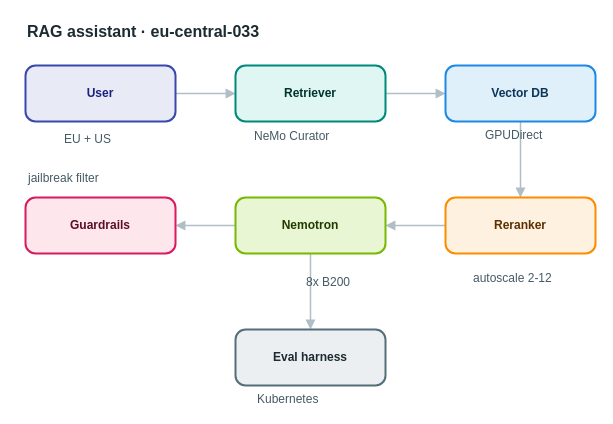
This is apps/web/public/samples/library/033-rag-assistant.drawio from AryanG01/open-apprentice, a draw.io file, before an edit. Source tidied: cells renumbered, new cells numbered last; positions are measured from the earlier drawing's top-left corner, leaving out a move shared by most shapes. Both pictures are drawn from the tidied source at 100%, with x=0, y=0 at pixel (25, 17).
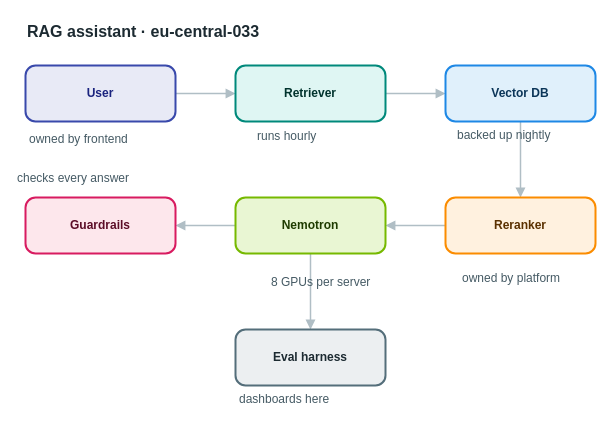
Above is the later version.

Change to the diagram source:
```diff
@@
-    <mxCell id="16" value="EU + US" style="text;html=1;align=left;verticalAlign=top;whiteSpace=nowrap;spacing=0;spacingTop=0;strokeColor=none;fillColor=none;fontSize=12;fontColor=#455a64;" parent="1" vertex="1">
-      <mxGeometry x="39" y="110" width="61" height="20" as="geometry" />
+    <mxCell id="16" value="owned by frontend" style="text;html=1;align=left;verticalAlign=top;whiteSpace=nowrap;spacing=0;spacingTop=0;strokeColor=none;fillColor=none;fontSize=12;fontColor=#455a64;" parent="1" vertex="1">
+      <mxGeometry x="4" y="110" width="131" height="20" as="geometry" />
     </mxCell>
-    <mxCell id="17" value="NeMo Curator" style="text;html=1;align=left;verticalAlign=top;whiteSpace=nowrap;spacing=0;spacingTop=0;strokeColor=none;fillColor=none;fontSize=12;fontColor=#455a64;" parent="1" vertex="1">
-      <mxGeometry x="229" y="107" width="96" height="20" as="geometry" />
+    <mxCell id="17" value="runs hourly" style="text;html=1;align=left;verticalAlign=top;whiteSpace=nowrap;spacing=0;spacingTop=0;strokeColor=none;fillColor=none;fontSize=12;fontColor=#455a64;" parent="1" vertex="1">
+      <mxGeometry x="232" y="107" width="89" height="20" as="geometry" />
     </mxCell>
-    <mxCell id="18" value="GPUDirect" style="text;html=1;align=left;verticalAlign=top;whiteSpace=nowrap;spacing=0;spacingTop=0;strokeColor=none;fillColor=none;fontSize=12;fontColor=#455a64;" parent="1" vertex="1">
-      <mxGeometry x="460" y="106" width="75" height="20" as="geometry" />
+    <mxCell id="18" value="backed up nightly" style="text;html=1;align=left;verticalAlign=top;whiteSpace=nowrap;spacing=0;spacingTop=0;strokeColor=none;fillColor=none;fontSize=12;fontColor=#455a64;" parent="1" vertex="1">
+      <mxGeometry x="432" y="106" width="131" height="20" as="geometry" />
     </mxCell>
-    <mxCell id="19" value="autoscale 2-12" style="text;html=1;align=left;verticalAlign=top;whiteSpace=nowrap;spacing=0;spacingTop=0;strokeColor=none;fillColor=none;fontSize=12;fontColor=#455a64;" parent="1" vertex="1">
-      <mxGeometry x="448" y="249" width="110" height="20" as="geometry" />
+    <mxCell id="19" value="owned by platform" style="text;html=1;align=left;verticalAlign=top;whiteSpace=nowrap;spacing=0;spacingTop=0;strokeColor=none;fillColor=none;fontSize=12;fontColor=#455a64;" parent="1" vertex="1">
+      <mxGeometry x="437" y="249" width="131" height="20" as="geometry" />
     </mxCell>
-    <mxCell id="20" value="8x B200" style="text;html=1;align=left;verticalAlign=top;whiteSpace=nowrap;spacing=0;spacingTop=0;strokeColor=none;fillColor=none;fontSize=12;fontColor=#455a64;" parent="1" vertex="1">
-      <mxGeometry x="281" y="253" width="61" height="20" as="geometry" />
+    <mxCell id="20" value="8 GPUs per server" style="text;html=1;align=left;verticalAlign=top;whiteSpace=nowrap;spacing=0;spacingTop=0;strokeColor=none;fillColor=none;fontSize=12;fontColor=#455a64;" parent="1" vertex="1">
+      <mxGeometry x="246" y="253" width="131" height="20" as="geometry" />
     </mxCell>
-    <mxCell id="21" value="jailbreak filter" style="text;html=1;align=left;verticalAlign=top;whiteSpace=nowrap;spacing=0;spacingTop=0;strokeColor=none;fillColor=none;fontSize=12;fontColor=#455a64;" parent="1" vertex="1">
-      <mxGeometry x="3" y="149" width="124" height="20" as="geometry" />
+    <mxCell id="21" value="checks every answer" style="text;html=1;align=left;verticalAlign=top;whiteSpace=nowrap;spacing=0;spacingTop=0;strokeColor=none;fillColor=none;fontSize=12;fontColor=#455a64;" parent="1" vertex="1">
+      <mxGeometry x="-8" y="149" width="145" height="20" as="geometry" />
     </mxCell>
-    <mxCell id="22" value="Kubernetes" style="text;html=1;align=left;verticalAlign=top;whiteSpace=nowrap;spacing=0;spacingTop=0;strokeColor=none;fillColor=none;fontSize=12;fontColor=#455a64;" parent="1" vertex="1">
-      <mxGeometry x="232" y="370" width="82" height="20" as="geometry" />
+    <mxCell id="22" value="dashboards here" style="text;html=1;align=left;verticalAlign=top;whiteSpace=nowrap;spacing=0;spacingTop=0;strokeColor=none;fillColor=none;fontSize=12;fontColor=#455a64;" parent="1" vertex="1">
+      <mxGeometry x="214" y="370" width="117" height="20" as="geometry" />
     </mxCell>
```
